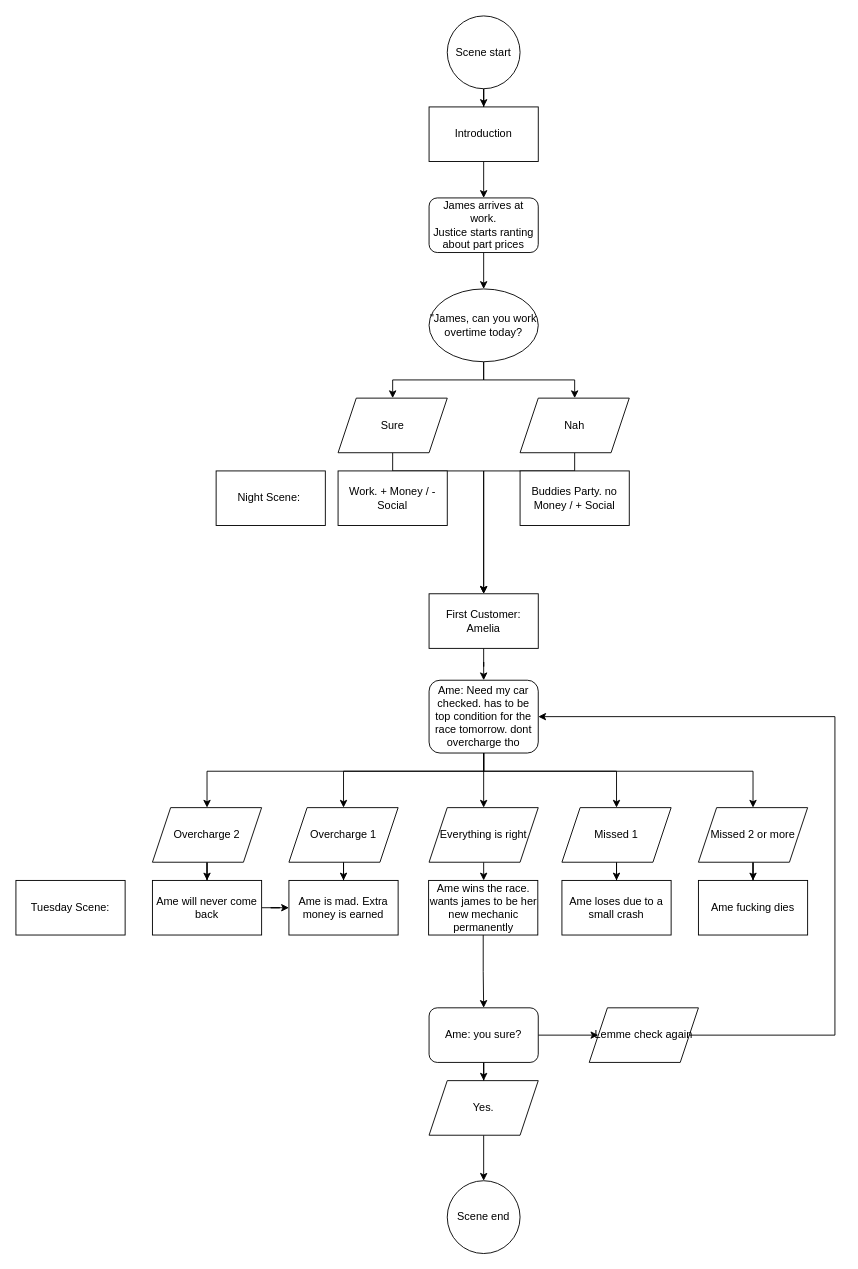
OliLeisingeHFU/VN-Leisinger keeps this draw.io diagram as page "Day 1 Morning" (1 of 2) of Motor City Mechanic/Concept/MCM.drawio. Above is the earlier version. Source tidied: cells renumbered, new cells numbered last; positions are measured from the earlier drawing's top-left corner, leaving out a move shared by most shapes. Both pictures are drawn from the tidied source at 91%, with x=0, y=0 at pixel (15, 15).
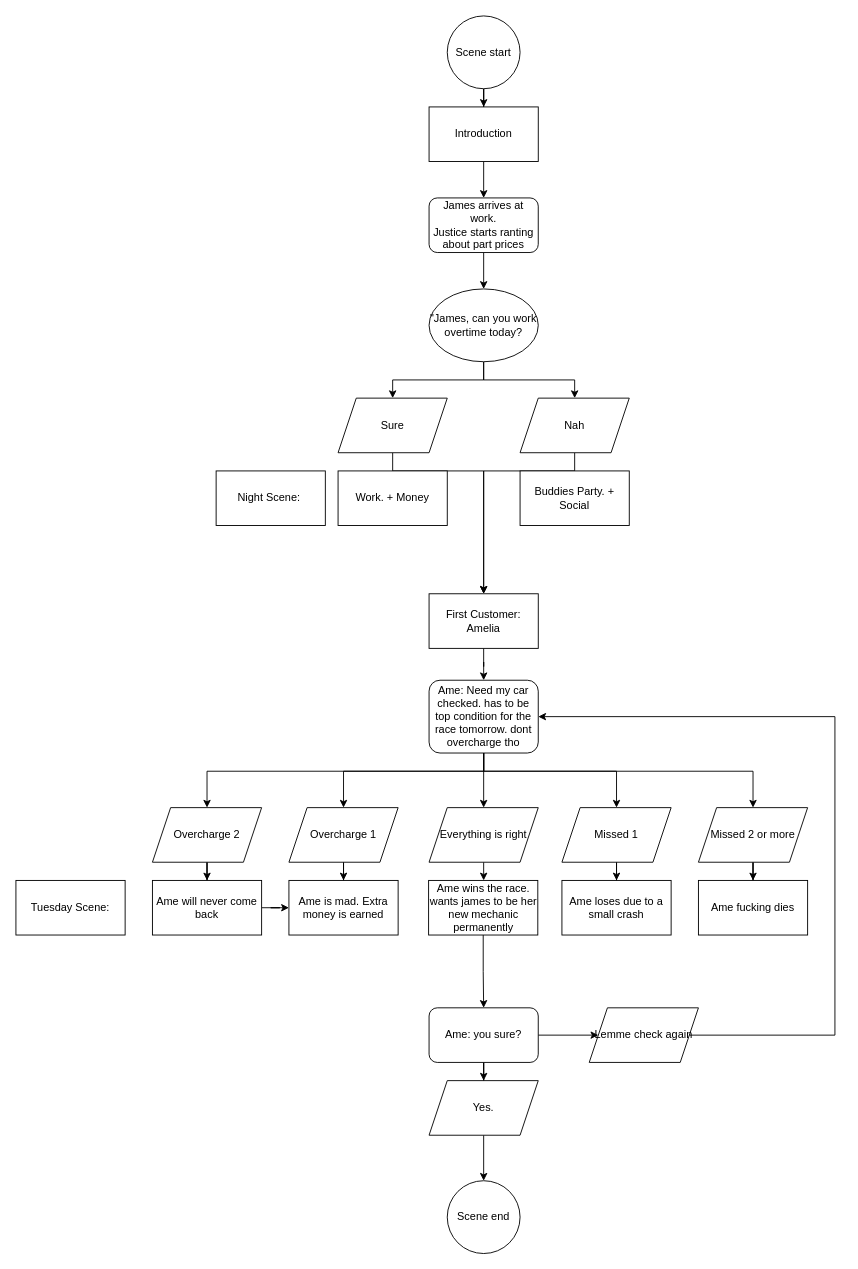
The same page after the edit.

Change to the diagram source:
```diff
@@
-    <mxCell id="13" value="Work. + Money / - Social" style="rounded=0;whiteSpace=wrap;html=1;" parent="1" vertex="1">
+    <mxCell id="13" value="Work. + Money" style="rounded=0;whiteSpace=wrap;html=1;" parent="1" vertex="1">
       <mxGeometry x="354" y="500" width="120" height="60" as="geometry" />
     </mxCell>
-    <mxCell id="14" value="Buddies Party. no Money / + Social" style="rounded=0;whiteSpace=wrap;html=1;" parent="1" vertex="1">
+    <mxCell id="14" value="Buddies Party. + Social" style="rounded=0;whiteSpace=wrap;html=1;" parent="1" vertex="1">
       <mxGeometry x="554" y="500" width="120" height="60" as="geometry" />
     </mxCell>
```
